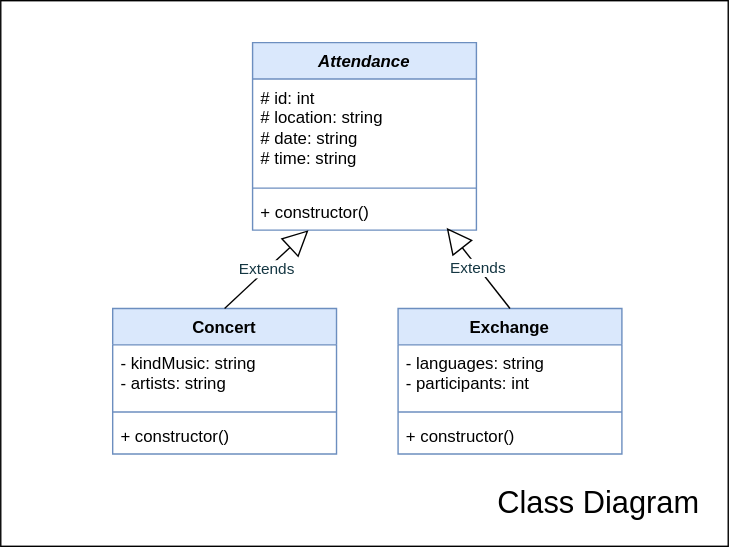
Earlier version of the draw.io export class-diagram.drawio.svg (josenavarrohub/vanilla-js-eventify). Source tidied: cells renumbered, new cells last; positions are measured from the earlier drawing's top-left corner, leaving out a move shared by most shapes.
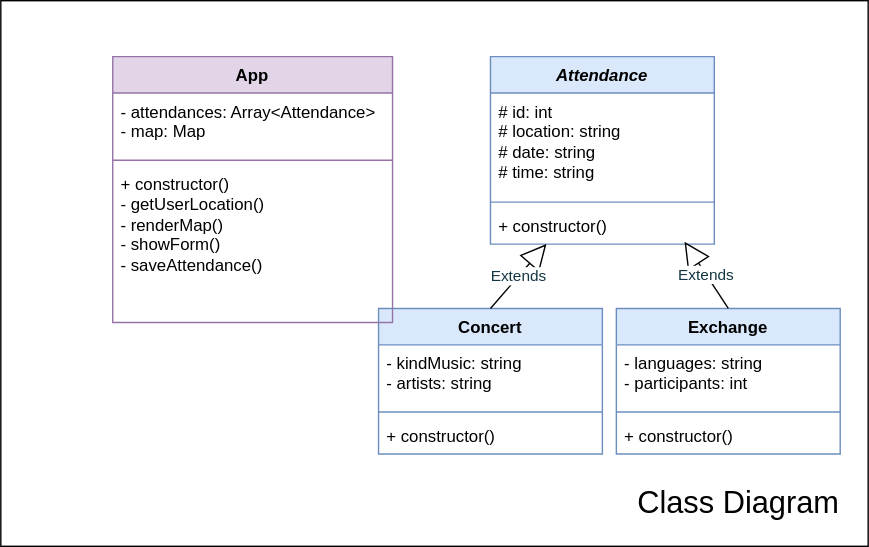
After the change.

What changed in the source:
```diff
@@ -3,13 +3,13 @@
     <mxCell id="0" />
     <mxCell id="1" parent="0" />
     <mxCell id="2" style="rounded=0;whiteSpace=wrap;html=1;fontSize=16;strokeColor=default;" parent="1" vertex="1">
-      <mxGeometry width="520" height="390" as="geometry" />
+      <mxGeometry x="-100" width="620" height="390" as="geometry" />
     </mxCell>
     <mxCell id="3" value="Class Diagram" style="text;html=1;strokeColor=none;fillColor=none;align=center;verticalAlign=middle;whiteSpace=wrap;rounded=0;fontSize=22;" parent="1" vertex="1">
       <mxGeometry x="340" y="340" width="175" height="40" as="geometry" />
     </mxCell>
     <mxCell id="4" value="&lt;i&gt;Attendance&lt;/i&gt;" style="swimlane;fontStyle=1;align=center;verticalAlign=top;horizontal=1;startSize=26;whiteSpace=wrap;html=1;swimlaneLine=1;fillColor=#dae8fc;strokeColor=#6c8ebf;" parent="1" vertex="1">
-      <mxGeometry x="180" y="30" width="160" height="134" as="geometry" />
+      <mxGeometry x="250" y="40" width="160" height="134" as="geometry" />
     </mxCell>
     <mxCell id="5" value="&lt;span id=&quot;docs-internal-guid-5c088fe4-7fff-a9e7-d3c3-fa63c1cc96f2&quot;&gt;&lt;/span&gt;&lt;span id=&quot;docs-internal-guid-5c088fe4-7fff-a9e7-d3c3-fa63c1cc96f2&quot;&gt;&lt;/span&gt;# id: int&lt;br&gt;# location: string&lt;br&gt;# date: string&lt;br&gt;# time: string" style="text;strokeColor=none;fillColor=none;align=left;verticalAlign=top;spacingLeft=4;spacingRight=4;overflow=hidden;whiteSpace=wrap;html=1;" parent="4" vertex="1">
       <mxGeometry y="26" width="160" height="74" as="geometry" />
@@ -21,7 +21,7 @@
       <mxGeometry y="108" width="160" height="26" as="geometry" />
     </mxCell>
     <mxCell id="8" value="Concert" style="swimlane;fontStyle=1;align=center;verticalAlign=top;horizontal=1;startSize=26;whiteSpace=wrap;html=1;fillColor=#dae8fc;strokeColor=#6c8ebf;" parent="1" vertex="1">
-      <mxGeometry x="80" y="220" width="160" height="104" as="geometry" />
+      <mxGeometry x="170" y="220" width="160" height="104" as="geometry" />
     </mxCell>
     <mxCell id="9" value="- kindMusic: string&lt;br&gt;- artists: string&amp;nbsp;" style="text;strokeColor=none;fillColor=none;align=left;verticalAlign=top;spacingLeft=4;spacingRight=4;overflow=hidden;whiteSpace=wrap;html=1;" parent="8" vertex="1">
       <mxGeometry y="26" width="160" height="44" as="geometry" />
@@ -33,7 +33,7 @@
       <mxGeometry y="78" width="160" height="26" as="geometry" />
     </mxCell>
     <mxCell id="12" value="Exchange" style="swimlane;fontStyle=1;align=center;verticalAlign=top;horizontal=1;startSize=26;whiteSpace=wrap;html=1;fillColor=#dae8fc;strokeColor=#6c8ebf;" parent="1" vertex="1">
-      <mxGeometry x="284" y="220" width="160" height="104" as="geometry" />
+      <mxGeometry x="340" y="220" width="160" height="104" as="geometry" />
     </mxCell>
     <mxCell id="13" value="- languages: string&lt;br&gt;- participants: int" style="text;strokeColor=none;fillColor=none;align=left;verticalAlign=top;spacingLeft=4;spacingRight=4;overflow=hidden;whiteSpace=wrap;html=1;" parent="12" vertex="1">
       <mxGeometry y="26" width="160" height="44" as="geometry" />
@@ -50,5 +50,17 @@
     <mxCell id="17" value="Extends" style="endArrow=block;endSize=16;endFill=0;html=1;rounded=0;strokeColor=default;fontColor=#143642;fillColor=#FAE5C7;exitX=0.5;exitY=0;exitDx=0;exitDy=0;entryX=0.867;entryY=0.936;entryDx=0;entryDy=0;shadow=0;entryPerimeter=0;" parent="1" edge="1" source="12" target="7">
       <mxGeometry relative="1" as="geometry" />
     </mxCell>
+    <mxCell id="18" value="App" style="swimlane;fontStyle=1;align=center;verticalAlign=top;horizontal=1;startSize=26;whiteSpace=wrap;html=1;swimlaneLine=1;fillColor=#e1d5e7;strokeColor=#9673a6;" parent="1" vertex="1">
+      <mxGeometry x="-20" y="40" width="200" height="190" as="geometry" />
+    </mxCell>
+    <mxCell id="19" value="- attendances: Array&amp;lt;Attendance&amp;gt;&lt;br&gt;- map: Map" style="text;strokeColor=none;fillColor=none;align=left;verticalAlign=top;spacingLeft=4;spacingRight=4;overflow=hidden;whiteSpace=wrap;html=1;" parent="18" vertex="1">
+      <mxGeometry y="26" width="200" height="44" as="geometry" />
+    </mxCell>
+    <mxCell id="20" style="line;strokeWidth=1;fillColor=none;align=left;verticalAlign=middle;spacingTop=-1;spacingLeft=3;spacingRight=3;labelPosition=right;strokeColor=inherit;" parent="18" vertex="1">
+      <mxGeometry y="70" width="200" height="8" as="geometry" />
+    </mxCell>
+    <mxCell id="21" value="+ constructor()&lt;br&gt;- getUserLocation()&lt;br&gt;- renderMap()&lt;br&gt;- showForm()&lt;br&gt;- saveAttendance()&lt;br&gt;" style="text;strokeColor=none;fillColor=none;align=left;verticalAlign=top;spacingLeft=4;spacingRight=4;overflow=hidden;whiteSpace=wrap;html=1;" parent="18" vertex="1">
+      <mxGeometry y="78" width="200" height="112" as="geometry" />
+    </mxCell>
   </root>
 </mxGraphModel>
```
